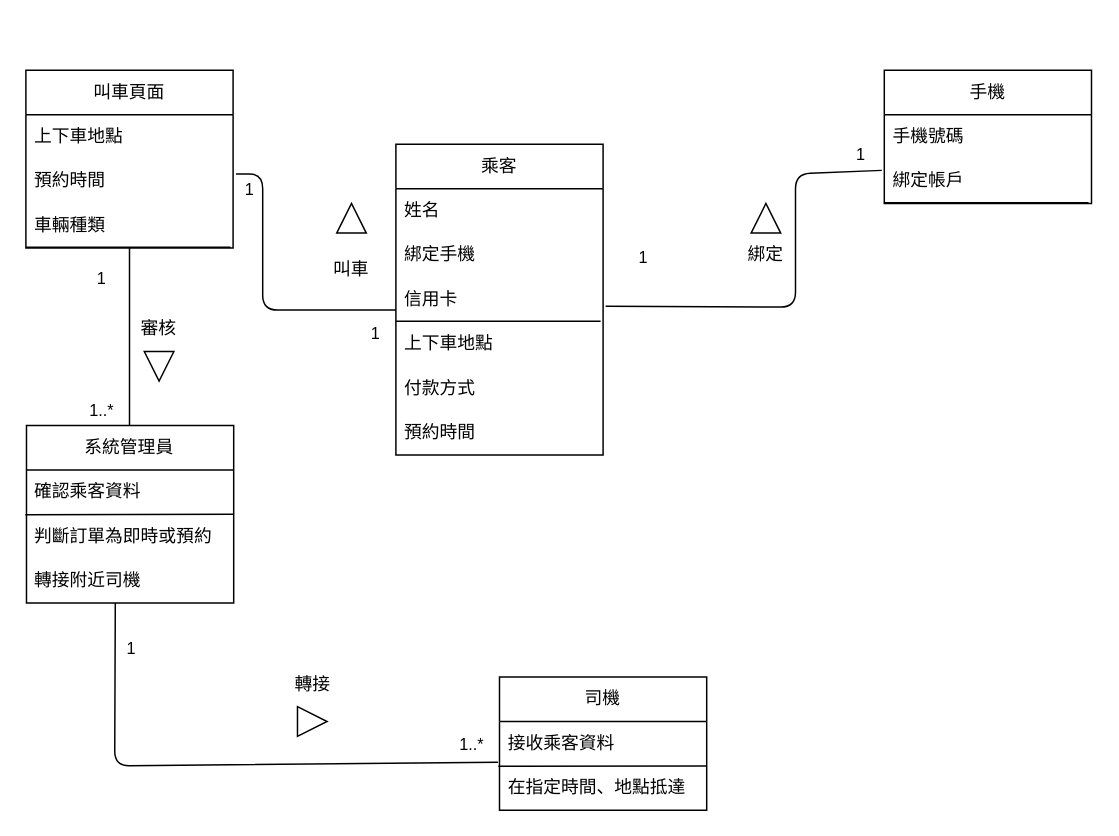
The draw.io diagram 初步類別圖.drawio in Yusheng0728/FinalPorject112-2, before the edit. Source tidied: cells renumbered, new cells numbered last; positions are measured from the earlier drawing's top-left corner, leaving out a move shared by most shapes. Both pictures are drawn from the tidied source at 148%, with x=0, y=0 at pixel (25, 70).
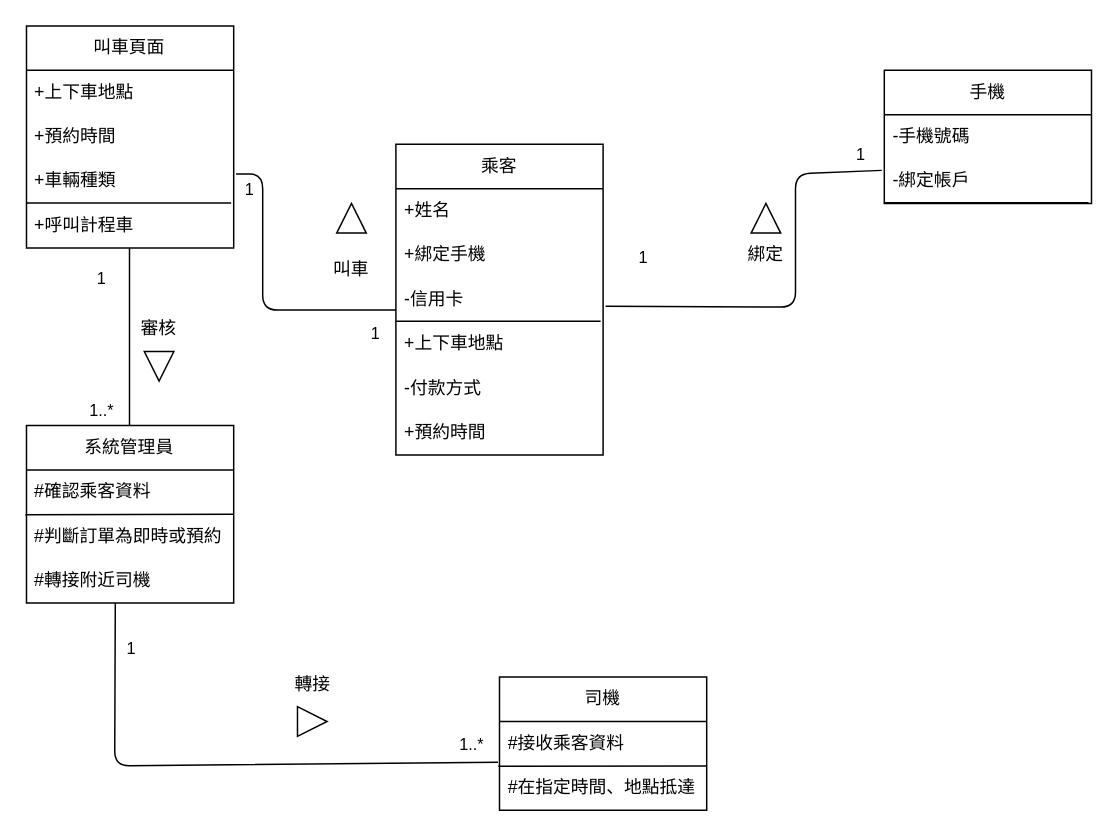
The same page after the edit.

The change refers to these unchanged cells:
```xml
<mxCell id="2" value="手機" style="swimlane;fontStyle=0;horizontal=1;startSize=30;whiteSpace=wrap;html=1;" parent="1" vertex="1">
  <mxGeometry x="580" width="140" height="90" as="geometry" />
</mxCell>
<mxCell id="15" value="乘客" style="swimlane;fontStyle=0;horizontal=1;startSize=30;whiteSpace=wrap;html=1;" parent="1" vertex="1">
  <mxGeometry x="250" y="50" width="140" height="210" as="geometry" />
</mxCell>
<mxCell id="26" value="系統管理員" style="swimlane;fontStyle=0;horizontal=1;startSize=30;whiteSpace=wrap;html=1;" parent="1" vertex="1">
  <mxGeometry x="0.4" y="240" width="140" height="120" as="geometry" />
</mxCell>
<mxCell id="33" value="司機" style="swimlane;fontStyle=0;horizontal=1;startSize=30;whiteSpace=wrap;html=1;" parent="1" vertex="1">
  <mxGeometry x="320" y="410" width="140" height="90" as="geometry" />
</mxCell>
```

The edit, as a diff of the source:
```diff
@@
-    <mxCell id="3" value="手機號碼" style="text;strokeColor=none;fillColor=none;align=left;verticalAlign=middle;spacingLeft=4;spacingRight=4;overflow=hidden;whiteSpace=wrap;html=1;" parent="2" vertex="1">
+    <mxCell id="3" value="-手機號碼" style="text;strokeColor=none;fillColor=none;align=left;verticalAlign=middle;spacingLeft=4;spacingRight=4;overflow=hidden;whiteSpace=wrap;html=1;" parent="2" vertex="1">
       <mxGeometry y="30" width="140" height="30" as="geometry" />
     </mxCell>
-    <mxCell id="4" value="綁定帳戶" style="text;strokeColor=none;fillColor=none;align=left;verticalAlign=middle;spacingLeft=4;spacingRight=4;overflow=hidden;points=[[0,0.5],[1,0.5]];portConstraint=eastwest;whiteSpace=wrap;html=1;" parent="2" vertex="1">
+    <mxCell id="4" value="-綁定帳戶" style="text;strokeColor=none;fillColor=none;align=left;verticalAlign=middle;spacingLeft=4;spacingRight=4;overflow=hidden;points=[[0,0.5],[1,0.5]];portConstraint=eastwest;whiteSpace=wrap;html=1;" parent="2" vertex="1">
       <mxGeometry y="60" width="140" height="30" as="geometry" />
     </mxCell>
@@
-    <mxCell id="16" value="姓名" style="text;strokeColor=none;fillColor=none;align=left;verticalAlign=middle;spacingLeft=4;spacingRight=4;overflow=hidden;whiteSpace=wrap;html=1;" parent="15" vertex="1">
+    <mxCell id="16" value="+姓名" style="text;strokeColor=none;fillColor=none;align=left;verticalAlign=middle;spacingLeft=4;spacingRight=4;overflow=hidden;whiteSpace=wrap;html=1;" parent="15" vertex="1">
       <mxGeometry y="30" width="140" height="30" as="geometry" />
     </mxCell>
-    <mxCell id="17" value="綁定手機" style="text;strokeColor=none;fillColor=none;align=left;verticalAlign=middle;spacingLeft=4;spacingRight=4;overflow=hidden;whiteSpace=wrap;html=1;" parent="15" vertex="1">
+    <mxCell id="17" value="+綁定手機" style="text;strokeColor=none;fillColor=none;align=left;verticalAlign=middle;spacingLeft=4;spacingRight=4;overflow=hidden;whiteSpace=wrap;html=1;" parent="15" vertex="1">
       <mxGeometry y="60" width="140" height="30" as="geometry" />
     </mxCell>
-    <mxCell id="18" value="信用卡" style="text;strokeColor=none;fillColor=none;align=left;verticalAlign=middle;spacingLeft=4;spacingRight=4;overflow=hidden;whiteSpace=wrap;html=1;" parent="15" vertex="1">
+    <mxCell id="18" value="-信用卡" style="text;strokeColor=none;fillColor=none;align=left;verticalAlign=middle;spacingLeft=4;spacingRight=4;overflow=hidden;whiteSpace=wrap;html=1;" parent="15" vertex="1">
       <mxGeometry y="90" width="140" height="30" as="geometry" />
     </mxCell>
@@
-    <mxCell id="20" value="上下車地點" style="text;strokeColor=none;fillColor=none;align=left;verticalAlign=middle;spacingLeft=4;spacingRight=4;overflow=hidden;whiteSpace=wrap;html=1;" parent="15" vertex="1">
+    <mxCell id="20" value="+上下車地點" style="text;strokeColor=none;fillColor=none;align=left;verticalAlign=middle;spacingLeft=4;spacingRight=4;overflow=hidden;whiteSpace=wrap;html=1;" parent="15" vertex="1">
       <mxGeometry y="120" width="140" height="30" as="geometry" />
     </mxCell>
-    <mxCell id="21" value="付款方式" style="text;strokeColor=none;fillColor=none;align=left;verticalAlign=middle;spacingLeft=4;spacingRight=4;overflow=hidden;whiteSpace=wrap;html=1;" parent="15" vertex="1">
+    <mxCell id="21" value="-付款方式" style="text;strokeColor=none;fillColor=none;align=left;verticalAlign=middle;spacingLeft=4;spacingRight=4;overflow=hidden;whiteSpace=wrap;html=1;" parent="15" vertex="1">
       <mxGeometry y="150" width="140" height="30" as="geometry" />
     </mxCell>
-    <mxCell id="22" value="預約時間" style="text;strokeColor=none;fillColor=none;align=left;verticalAlign=middle;spacingLeft=4;spacingRight=4;overflow=hidden;whiteSpace=wrap;html=1;" parent="15" vertex="1">
+    <mxCell id="22" value="+預約時間" style="text;strokeColor=none;fillColor=none;align=left;verticalAlign=middle;spacingLeft=4;spacingRight=4;overflow=hidden;whiteSpace=wrap;html=1;" parent="15" vertex="1">
       <mxGeometry y="180" width="140" height="30" as="geometry" />
     </mxCell>
@@
-    <mxCell id="27" value="確認乘客資料" style="text;strokeColor=none;fillColor=none;align=left;verticalAlign=middle;spacingLeft=4;spacingRight=4;overflow=hidden;whiteSpace=wrap;html=1;" parent="26" vertex="1">
+    <mxCell id="27" value="#確認乘客資料" style="text;strokeColor=none;fillColor=none;align=left;verticalAlign=middle;spacingLeft=4;spacingRight=4;overflow=hidden;whiteSpace=wrap;html=1;" parent="26" vertex="1">
       <mxGeometry y="30" width="140" height="30" as="geometry" />
     </mxCell>
@@
-    <mxCell id="29" value="判斷訂單為即時或預約" style="text;strokeColor=none;fillColor=none;align=left;verticalAlign=middle;spacingLeft=4;spacingRight=4;overflow=hidden;whiteSpace=wrap;html=1;" parent="26" vertex="1">
+    <mxCell id="29" value="#判斷訂單為即時或預約" style="text;strokeColor=none;fillColor=none;align=left;verticalAlign=middle;spacingLeft=4;spacingRight=4;overflow=hidden;whiteSpace=wrap;html=1;" parent="26" vertex="1">
       <mxGeometry y="60" width="140" height="30" as="geometry" />
     </mxCell>
-    <mxCell id="30" value="轉接附近司機" style="text;strokeColor=none;fillColor=none;align=left;verticalAlign=middle;spacingLeft=4;spacingRight=4;overflow=hidden;whiteSpace=wrap;html=1;" parent="26" vertex="1">
+    <mxCell id="30" value="#轉接附近司機" style="text;strokeColor=none;fillColor=none;align=left;verticalAlign=middle;spacingLeft=4;spacingRight=4;overflow=hidden;whiteSpace=wrap;html=1;" parent="26" vertex="1">
       <mxGeometry y="90" width="140" height="30" as="geometry" />
     </mxCell>
@@
-    <mxCell id="34" value="接收乘客資料" style="text;strokeColor=none;fillColor=none;align=left;verticalAlign=middle;spacingLeft=4;spacingRight=4;overflow=hidden;points=[[0,0.5],[1,0.5]];portConstraint=eastwest;whiteSpace=wrap;html=1;" parent="33" vertex="1">
+    <mxCell id="34" value="#接收乘客資料" style="text;strokeColor=none;fillColor=none;align=left;verticalAlign=middle;spacingLeft=4;spacingRight=4;overflow=hidden;points=[[0,0.5],[1,0.5]];portConstraint=eastwest;whiteSpace=wrap;html=1;" parent="33" vertex="1">
       <mxGeometry y="30" width="140" height="30" as="geometry" />
     </mxCell>
@@
-    <mxCell id="36" value="在指定時間、地點抵達" style="text;strokeColor=none;fillColor=none;align=left;verticalAlign=middle;spacingLeft=4;spacingRight=4;overflow=hidden;whiteSpace=wrap;html=1;" parent="33" vertex="1">
+    <mxCell id="36" value="#在指定時間、地點抵達" style="text;strokeColor=none;fillColor=none;align=left;verticalAlign=middle;spacingLeft=4;spacingRight=4;overflow=hidden;whiteSpace=wrap;html=1;" parent="33" vertex="1">
       <mxGeometry y="60" width="140" height="30" as="geometry" />
     </mxCell>
     <mxCell id="37" value="叫車頁面" style="swimlane;fontStyle=0;horizontal=1;startSize=30;whiteSpace=wrap;html=1;" parent="1" vertex="1">
-      <mxGeometry width="140" height="120" as="geometry" />
+      <mxGeometry x="0.4" y="-30" width="140" height="150" as="geometry" />
     </mxCell>
-    <mxCell id="38" value="上下車地點" style="text;strokeColor=none;fillColor=none;align=left;verticalAlign=middle;spacingLeft=4;spacingRight=4;overflow=hidden;whiteSpace=wrap;html=1;" parent="37" vertex="1">
+    <mxCell id="38" value="+上下車地點" style="text;strokeColor=none;fillColor=none;align=left;verticalAlign=middle;spacingLeft=4;spacingRight=4;overflow=hidden;whiteSpace=wrap;html=1;" parent="37" vertex="1">
       <mxGeometry y="30" width="140" height="30" as="geometry" />
     </mxCell>
-    <mxCell id="39" value="預約時間" style="text;strokeColor=none;fillColor=none;align=left;verticalAlign=middle;spacingLeft=4;spacingRight=4;overflow=hidden;whiteSpace=wrap;html=1;" parent="37" vertex="1">
+    <mxCell id="39" value="+預約時間" style="text;strokeColor=none;fillColor=none;align=left;verticalAlign=middle;spacingLeft=4;spacingRight=4;overflow=hidden;whiteSpace=wrap;html=1;" parent="37" vertex="1">
       <mxGeometry y="60" width="140" height="30" as="geometry" />
     </mxCell>
@@
-    <mxCell id="41" value="車輛種類" style="text;strokeColor=none;fillColor=none;align=left;verticalAlign=middle;spacingLeft=4;spacingRight=4;overflow=hidden;whiteSpace=wrap;html=1;" parent="37" vertex="1">
+    <mxCell id="41" value="+車輛種類" style="text;strokeColor=none;fillColor=none;align=left;verticalAlign=middle;spacingLeft=4;spacingRight=4;overflow=hidden;whiteSpace=wrap;html=1;" parent="37" vertex="1">
       <mxGeometry y="90" width="140" height="30" as="geometry" />
     </mxCell>
+    <mxCell id="48" value="+呼叫計程車" style="text;strokeColor=none;fillColor=none;align=left;verticalAlign=middle;spacingLeft=4;spacingRight=4;overflow=hidden;whiteSpace=wrap;html=1;" parent="37" vertex="1">
+      <mxGeometry y="120" width="140" height="30" as="geometry" />
+    </mxCell>
```
